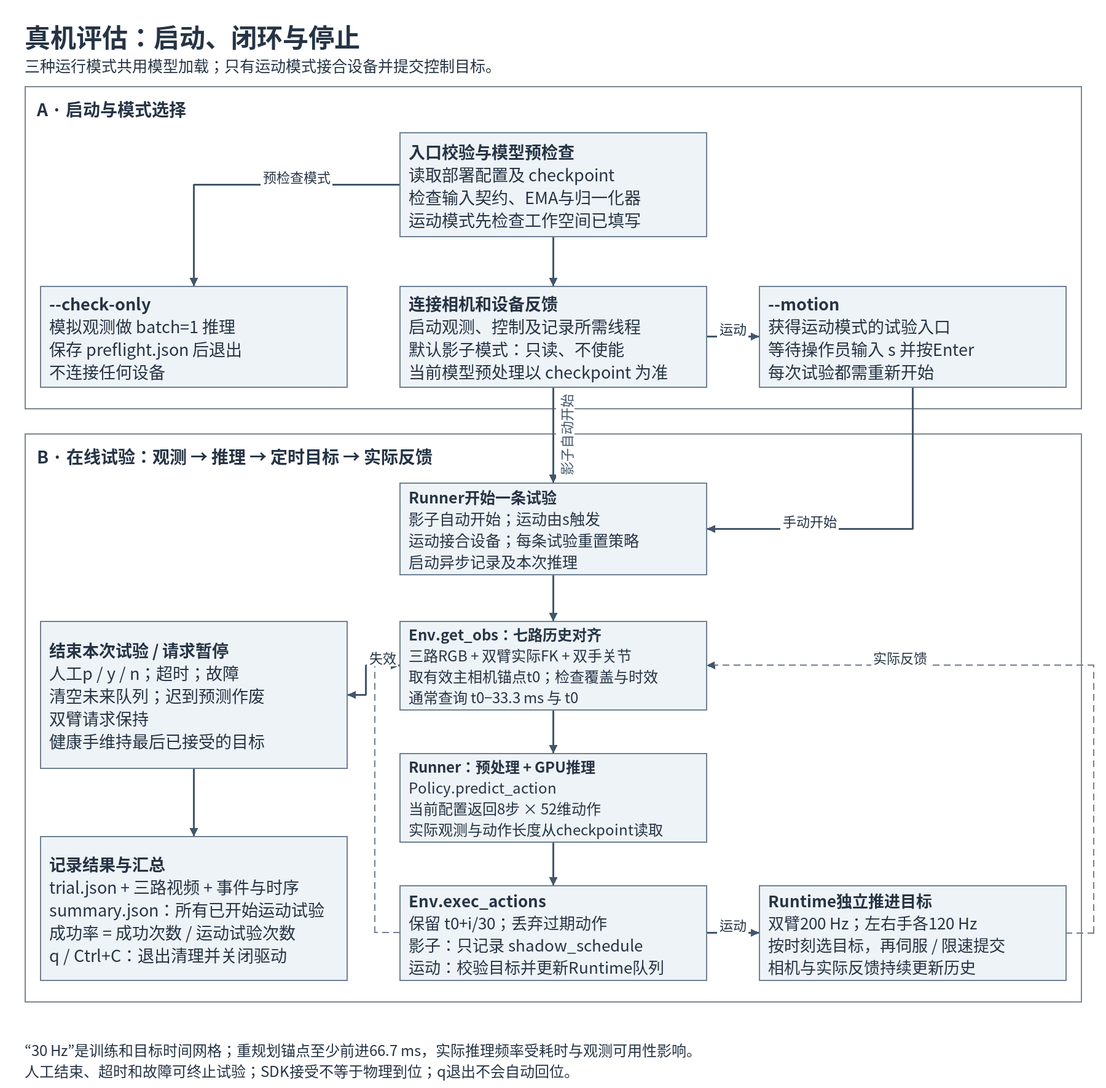
Earlier version of the Mermaid export docs/tianji-rail/real_eval_structure/02-flow.png (Wang-Yongsen/diffusion_policy). Its source is kept beside it as docs/tianji-rail/real_eval_structure/02-flow.mmd.
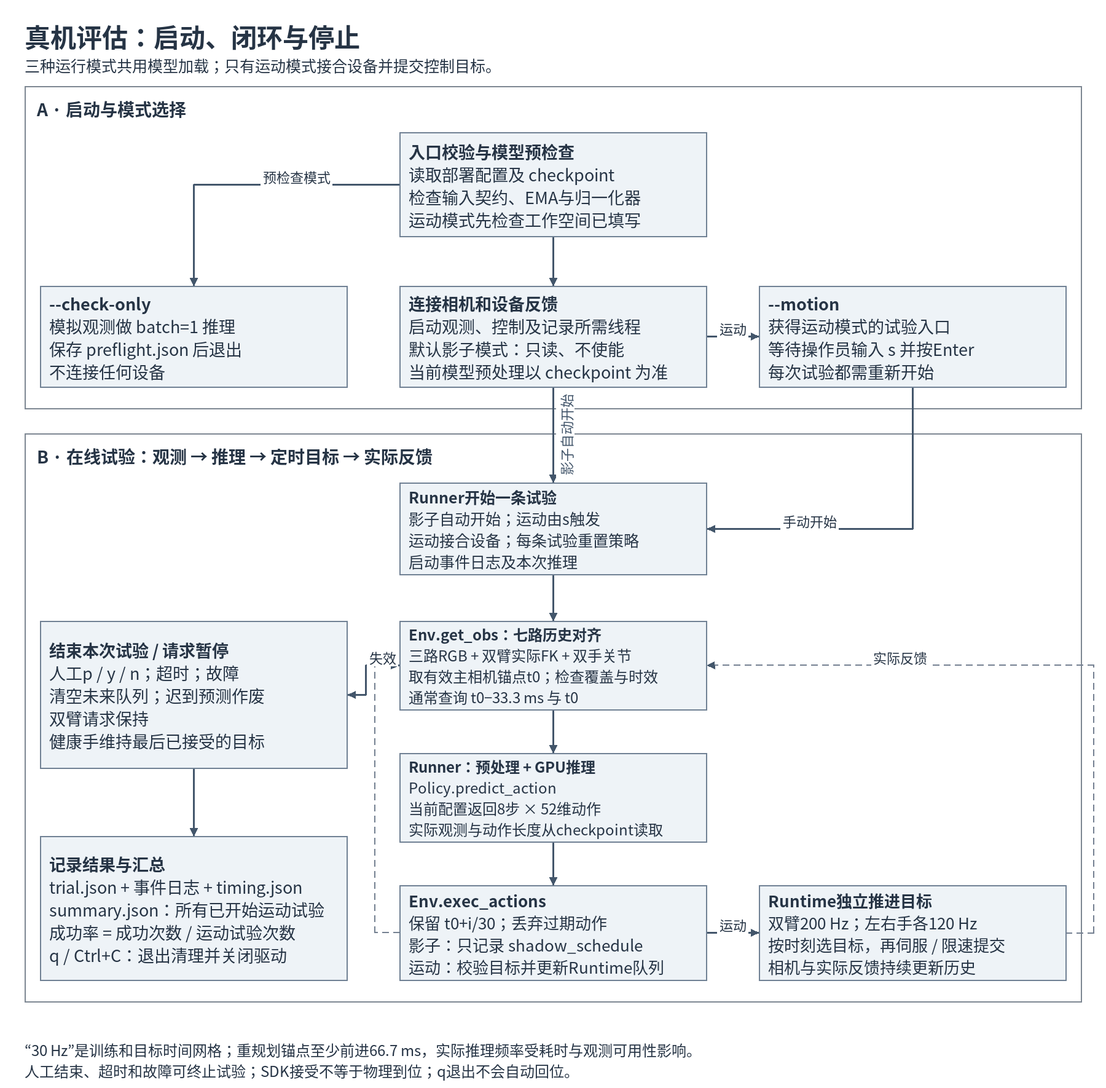
After the commit.

The edit, as a diff of the source:
```diff
@@ -6,13 +6,13 @@
     motion["--motion<br/>获得运动模式的试验入口<br/>等待操作员输入 s 并按Enter<br/>每次试验都需重新开始"]
   end
   subgraph loop["B · 在线试验：观测 → 推理 → 定时目标 → 实际反馈"]
-    begin["Runner开始一条试验<br/>影子自动开始；运动由s触发<br/>运动接合设备；每条试验重置策略<br/>启动异步记录及本次推理"]
+    begin["Runner开始一条试验<br/>影子自动开始；运动由s触发<br/>运动接合设备；每条试验重置策略<br/>启动事件日志及本次推理"]
     observe["Env.get_obs：七路历史对齐<br/>三路RGB + 双臂实际FK + 双手关节<br/>取有效主相机锚点t0；检查覆盖与时效<br/>通常查询 t0−33.3 ms 与 t0"]
     predict["Runner：预处理 + GPU推理<br/>Policy.predict_action<br/>当前配置返回8步 × 52维动作<br/>实际观测与动作长度从checkpoint读取"]
     schedule["Env.exec_actions<br/>保留 t0+i/30；丢弃过期动作<br/>影子：只记录 shadow_schedule<br/>运动：校验目标并更新Runtime队列"]
     control["Runtime独立推进目标<br/>双臂200 Hz；左右手各120 Hz<br/>按时刻选目标，再伺服 / 限速提交<br/>相机与实际反馈持续更新历史"]
     stop["结束本次试验 / 请求暂停<br/>人工p / y / n；超时；故障<br/>清空未来队列；迟到预测作废<br/>双臂请求保持<br/>健康手维持最后已接受的目标"]
-    save["记录结果与汇总<br/>trial.json + 三路视频 + 事件与时序<br/>summary.json：所有已开始运动试验<br/>成功率 = 成功次数 / 运动试验次数<br/>q / Ctrl+C：退出清理并关闭驱动"]
+    save["记录结果与汇总<br/>trial.json + 事件日志 + timing.json<br/>summary.json：所有已开始运动试验<br/>成功率 = 成功次数 / 运动试验次数<br/>q / Ctrl+C：退出清理并关闭驱动"]
   end
   load -->|"预检查模式"| only
   load --> connect
```
